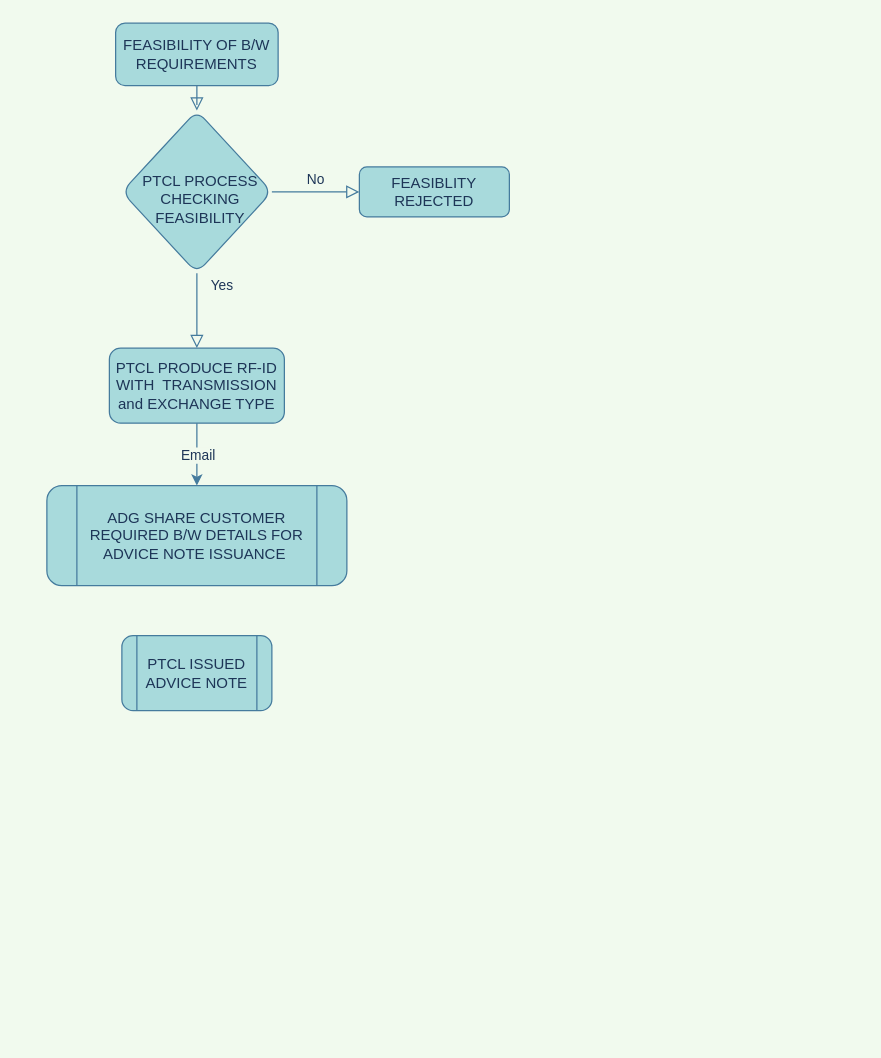
The draw.io diagram Untitled Diagram.drawio in ahmadhassanzia/router-scripts, before the edit. Source tidied: cells renumbered, new cells numbered last; positions are measured from the earlier drawing's top-left corner, leaving out a move shared by most shapes. Both pictures are drawn from the tidied source at 125%, with x=0, y=0 at pixel (46, 22).
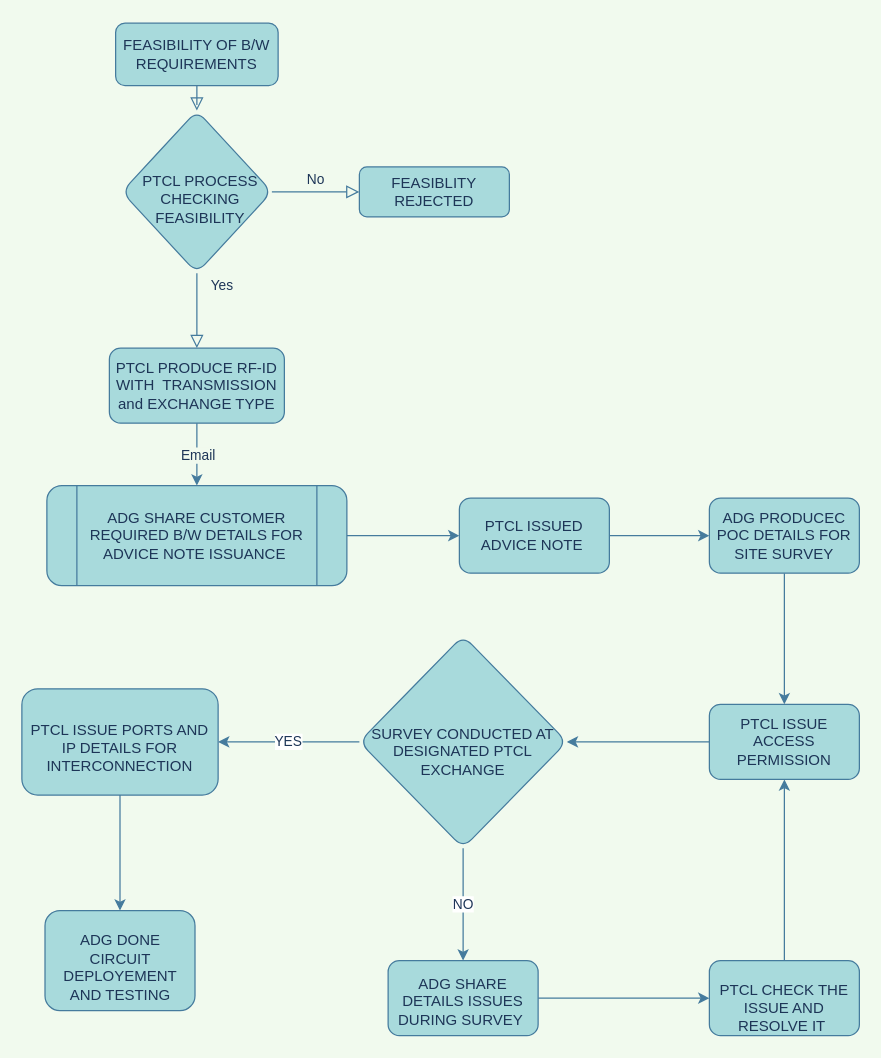
After the change.

Unchanged cells that the change refers to:
```xml
<mxCell id="11" value="&lt;span&gt;ADG SHARE CUSTOMER REQUIRED B/W DETAILS FOR ADVICE NOTE ISSUANCE&amp;nbsp;&lt;/span&gt;" style="shape=process;whiteSpace=wrap;html=1;backgroundOutline=1;fillColor=#A8DADC;strokeColor=#457B9D;fontColor=#1D3557;rounded=1;" parent="1" vertex="1">
  <mxGeometry y="370" width="240" height="80" as="geometry" />
</mxCell>
```

Change to the diagram source:
```diff
@@
+    <mxCell id="13" style="edgeStyle=orthogonalEdgeStyle;curved=0;rounded=1;sketch=0;jettySize=auto;html=1;strokeColor=#457B9D;fillColor=#A8DADC;fontColor=#1D3557;" parent="1" edge="1" source="11" target="12">
+      <mxGeometry relative="1" as="geometry" />
+    </mxCell>
@@
+    <mxCell id="14" style="edgeStyle=orthogonalEdgeStyle;curved=0;rounded=1;sketch=0;jettySize=auto;html=1;strokeColor=#457B9D;fillColor=#A8DADC;fontColor=#1D3557;" parent="1" edge="1" source="12" target="16">
+      <mxGeometry relative="1" as="geometry" />
+    </mxCell>
-    <mxCell id="12" value="PTCL ISSUED ADVICE NOTE" style="shape=process;whiteSpace=wrap;html=1;backgroundOutline=1;fillColor=#A8DADC;strokeColor=#457B9D;fontColor=#1D3557;rounded=1;" parent="1" vertex="1">
-      <mxGeometry x="60" y="490" width="120" height="60" as="geometry" />
+    <mxCell id="12" value="PTCL ISSUED ADVICE NOTE&amp;nbsp;" style="whiteSpace=wrap;html=1;rounded=1;fontColor=#1D3557;strokeColor=#457B9D;fillColor=#A8DADC;" parent="1" vertex="1">
+      <mxGeometry x="330" y="380" width="120" height="60" as="geometry" />
     </mxCell>
+    <mxCell id="15" style="edgeStyle=orthogonalEdgeStyle;curved=0;rounded=1;sketch=0;jettySize=auto;html=1;strokeColor=#457B9D;fillColor=#A8DADC;fontColor=#1D3557;" parent="1" edge="1" source="16" target="18">
+      <mxGeometry relative="1" as="geometry" />
+    </mxCell>
+    <mxCell id="16" value="ADG PRODUCEC POC DETAILS FOR SITE SURVEY" style="whiteSpace=wrap;html=1;rounded=1;fontColor=#1D3557;strokeColor=#457B9D;fillColor=#A8DADC;" parent="1" vertex="1">
+      <mxGeometry x="530" y="380" width="120" height="60" as="geometry" />
+    </mxCell>
+    <mxCell id="17" style="edgeStyle=orthogonalEdgeStyle;curved=0;rounded=1;sketch=0;jettySize=auto;html=1;strokeColor=#457B9D;fillColor=#A8DADC;fontColor=#1D3557;" parent="1" edge="1" source="18" target="21">
+      <mxGeometry relative="1" as="geometry" />
+    </mxCell>
+    <mxCell id="18" value="PTCL ISSUE ACCESS PERMISSION" style="whiteSpace=wrap;html=1;rounded=1;fontColor=#1D3557;strokeColor=#457B9D;fillColor=#A8DADC;" parent="1" vertex="1">
+      <mxGeometry x="530" y="545" width="120" height="60" as="geometry" />
+    </mxCell>
+    <mxCell id="19" value="NO" style="edgeStyle=orthogonalEdgeStyle;curved=0;rounded=1;sketch=0;jettySize=auto;html=1;strokeColor=#457B9D;fillColor=#A8DADC;fontColor=#1D3557;" parent="1" edge="1" source="21" target="23">
+      <mxGeometry relative="1" as="geometry" />
+    </mxCell>
+    <mxCell id="20" value="YES" style="edgeStyle=orthogonalEdgeStyle;curved=0;rounded=1;sketch=0;jettySize=auto;html=1;strokeColor=#457B9D;fillColor=#A8DADC;fontColor=#1D3557;" parent="1" edge="1" source="21" target="27">
+      <mxGeometry relative="1" as="geometry" />
+    </mxCell>
+    <mxCell id="21" value="&lt;div&gt;&lt;span&gt;SURVEY CONDUCTED AT DESIGNATED PTCL EXCHANGE&lt;/span&gt;&lt;/div&gt;" style="rhombus;rounded=1;fontColor=#1D3557;strokeColor=#457B9D;fillColor=#A8DADC;whiteSpace=wrap;html=1;align=center;flipV=0;spacing=5;spacingTop=16;" parent="1" vertex="1">
+      <mxGeometry x="250" y="490" width="166" height="170" as="geometry" />
+    </mxCell>
+    <mxCell id="22" style="edgeStyle=orthogonalEdgeStyle;curved=0;rounded=1;sketch=0;jettySize=auto;html=1;strokeColor=#457B9D;fillColor=#A8DADC;fontColor=#1D3557;" parent="1" edge="1" source="23" target="25">
+      <mxGeometry relative="1" as="geometry" />
+    </mxCell>
+    <mxCell id="23" value="ADG SHARE DETAILS ISSUES DURING SURVEY&amp;nbsp;" style="whiteSpace=wrap;html=1;rounded=1;fontColor=#1D3557;strokeColor=#457B9D;fillColor=#A8DADC;spacing=5;spacingTop=16;align=center;verticalAlign=bottom;" parent="1" vertex="1">
+      <mxGeometry x="273" y="750" width="120" height="60" as="geometry" />
+    </mxCell>
+    <mxCell id="24" style="edgeStyle=orthogonalEdgeStyle;curved=0;rounded=1;sketch=0;jettySize=auto;html=1;entryX=0.5;entryY=1;entryDx=0;entryDy=0;strokeColor=#457B9D;fillColor=#A8DADC;fontColor=#1D3557;" parent="1" edge="1" source="25" target="18">
+      <mxGeometry relative="1" as="geometry" />
+    </mxCell>
+    <mxCell id="25" value="PTCL CHECK THE ISSUE AND RESOLVE IT&amp;nbsp;" style="whiteSpace=wrap;html=1;rounded=1;fontColor=#1D3557;strokeColor=#457B9D;fillColor=#A8DADC;spacing=5;spacingTop=16;" parent="1" vertex="1">
+      <mxGeometry x="530" y="750" width="120" height="60" as="geometry" />
+    </mxCell>
+    <mxCell id="26" style="edgeStyle=orthogonalEdgeStyle;curved=0;rounded=1;sketch=0;jettySize=auto;html=1;strokeColor=#457B9D;fillColor=#A8DADC;fontColor=#1D3557;" parent="1" edge="1" source="27" target="28">
+      <mxGeometry relative="1" as="geometry" />
+    </mxCell>
+    <mxCell id="27" value="PTCL ISSUE PORTS AND IP DETAILS FOR INTERCONNECTION&lt;br&gt;" style="whiteSpace=wrap;html=1;rounded=1;fontColor=#1D3557;strokeColor=#457B9D;fillColor=#A8DADC;spacing=5;spacingTop=16;verticalAlign=top;" parent="1" vertex="1">
+      <mxGeometry x="-20" y="532.5" width="157" height="85" as="geometry" />
+    </mxCell>
+    <mxCell id="28" value="ADG DONE CIRCUIT DEPLOYEMENT AND TESTING" style="whiteSpace=wrap;html=1;rounded=1;fontColor=#1D3557;verticalAlign=bottom;strokeColor=#457B9D;fillColor=#A8DADC;spacing=5;spacingTop=16;" parent="1" vertex="1">
+      <mxGeometry x="-1.5" y="710" width="120" height="80" as="geometry" />
+    </mxCell>
```
